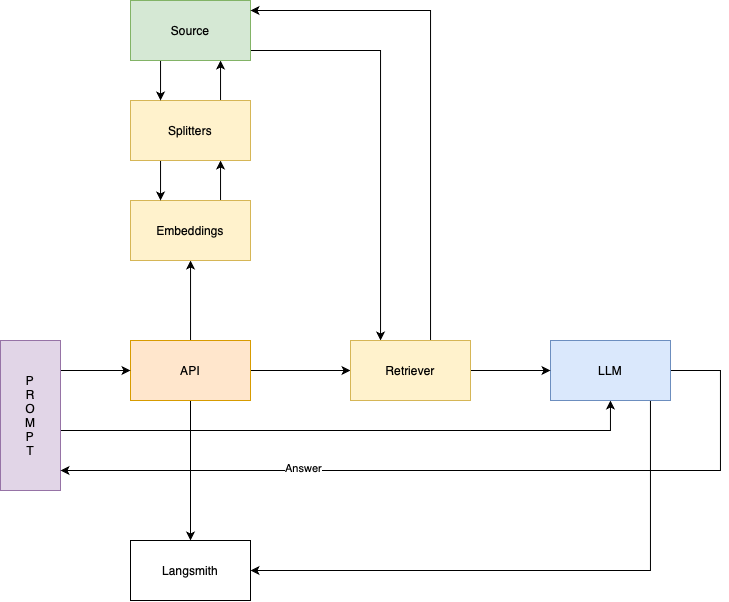
marianojgnlz/promtior-challenge keeps this draw.io diagram as docs/promtior.drawio.png. Above is the earlier version. Source tidied: cells renumbered, new cells last; positions are measured from the earlier drawing's top-left corner, leaving out a move shared by most shapes. Its diagram source:
```xml
<mxGraphModel>
  <root>
    <mxCell id="0" />
    <mxCell id="1" parent="0" />
    <mxCell id="2" style="edgeStyle=orthogonalEdgeStyle;rounded=0;jettySize=auto;html=1;" parent="1" edge="1" source="5" target="7">
      <mxGeometry relative="1" as="geometry">
        <Array as="points">
          <mxPoint x="190" y="300" />
          <mxPoint x="190" y="300" />
        </Array>
      </mxGeometry>
    </mxCell>
    <mxCell id="3" style="edgeStyle=orthogonalEdgeStyle;rounded=0;jettySize=auto;html=1;" parent="1" edge="1" source="5" target="23">
      <mxGeometry relative="1" as="geometry" />
    </mxCell>
    <mxCell id="4" style="edgeStyle=orthogonalEdgeStyle;rounded=0;jettySize=auto;html=1;" parent="1" edge="1" source="5" target="24">
      <mxGeometry relative="1" as="geometry" />
    </mxCell>
    <mxCell id="5" value="API" style="rounded=0;whiteSpace=wrap;html=1;fillColor=#ffe6cc;strokeColor=#d79b00;" parent="1" vertex="1">
      <mxGeometry x="130" y="340" width="120" height="60" as="geometry" />
    </mxCell>
    <mxCell id="6" style="edgeStyle=orthogonalEdgeStyle;rounded=0;jettySize=auto;html=1;" parent="1" edge="1" source="7" target="10">
      <mxGeometry relative="1" as="geometry">
        <Array as="points">
          <mxPoint x="220" y="180" />
          <mxPoint x="220" y="180" />
        </Array>
      </mxGeometry>
    </mxCell>
    <mxCell id="7" value="Embeddings" style="rounded=0;whiteSpace=wrap;html=1;fillColor=#fff2cc;strokeColor=#d6b656;" parent="1" vertex="1">
      <mxGeometry x="130" y="200" width="120" height="60" as="geometry" />
    </mxCell>
    <mxCell id="8" style="edgeStyle=orthogonalEdgeStyle;rounded=0;jettySize=auto;html=1;" parent="1" edge="1" source="10" target="13">
      <mxGeometry relative="1" as="geometry">
        <Array as="points">
          <mxPoint x="220" y="80" />
          <mxPoint x="220" y="80" />
        </Array>
      </mxGeometry>
    </mxCell>
    <mxCell id="9" style="edgeStyle=orthogonalEdgeStyle;rounded=0;jettySize=auto;html=1;" parent="1" edge="1" source="10" target="7">
      <mxGeometry relative="1" as="geometry">
        <Array as="points">
          <mxPoint x="160" y="180" />
          <mxPoint x="160" y="180" />
        </Array>
      </mxGeometry>
    </mxCell>
    <mxCell id="10" value="Splitters" style="rounded=0;whiteSpace=wrap;html=1;fillColor=#fff2cc;strokeColor=#d6b656;" parent="1" vertex="1">
      <mxGeometry x="130" y="100" width="120" height="60" as="geometry" />
    </mxCell>
    <mxCell id="11" style="edgeStyle=orthogonalEdgeStyle;rounded=0;jettySize=auto;html=1;" parent="1" edge="1" source="13" target="23">
      <mxGeometry relative="1" as="geometry">
        <Array as="points">
          <mxPoint x="380" y="50" />
        </Array>
      </mxGeometry>
    </mxCell>
    <mxCell id="12" style="edgeStyle=orthogonalEdgeStyle;rounded=0;jettySize=auto;html=1;" parent="1" edge="1" source="13" target="10">
      <mxGeometry relative="1" as="geometry">
        <Array as="points">
          <mxPoint x="160" y="80" />
          <mxPoint x="160" y="80" />
        </Array>
      </mxGeometry>
    </mxCell>
    <mxCell id="13" value="Source" style="rounded=0;whiteSpace=wrap;html=1;fillColor=#d5e8d4;strokeColor=#82b366;" parent="1" vertex="1">
      <mxGeometry x="130" width="120" height="60" as="geometry" />
    </mxCell>
    <mxCell id="14" style="edgeStyle=orthogonalEdgeStyle;rounded=0;jettySize=auto;html=1;" parent="1" edge="1" source="16" target="5">
      <mxGeometry relative="1" as="geometry">
        <Array as="points">
          <mxPoint x="80" y="370" />
          <mxPoint x="80" y="370" />
        </Array>
      </mxGeometry>
    </mxCell>
    <mxCell id="15" style="edgeStyle=orthogonalEdgeStyle;rounded=0;jettySize=auto;html=1;" parent="1" edge="1" source="16" target="20">
      <mxGeometry relative="1" as="geometry">
        <Array as="points">
          <mxPoint x="610" y="430" />
        </Array>
      </mxGeometry>
    </mxCell>
    <mxCell id="16" value="P&lt;div&gt;R&lt;/div&gt;&lt;div&gt;O&lt;/div&gt;&lt;div&gt;M&lt;/div&gt;&lt;div&gt;P&lt;/div&gt;&lt;div&gt;T&lt;/div&gt;" style="rounded=0;whiteSpace=wrap;html=1;fillColor=#e1d5e7;strokeColor=#9673a6;" parent="1" vertex="1">
      <mxGeometry y="340" width="60" height="150" as="geometry" />
    </mxCell>
    <mxCell id="17" style="edgeStyle=orthogonalEdgeStyle;rounded=0;jettySize=auto;html=1;" parent="1" edge="1" source="20" target="16">
      <mxGeometry relative="1" as="geometry">
        <Array as="points">
          <mxPoint x="720" y="370" />
          <mxPoint x="720" y="470" />
        </Array>
      </mxGeometry>
    </mxCell>
    <mxCell id="18" value="Answer" style="edgeLabel;html=1;align=center;verticalAlign=middle;points=[];" parent="17" vertex="1">
      <mxGeometry x="0.4" y="-2" relative="1" as="geometry" />
    </mxCell>
    <mxCell id="19" style="edgeStyle=orthogonalEdgeStyle;rounded=0;jettySize=auto;html=1;entryX=1;entryY=0.5;entryDx=0;entryDy=0;" parent="1" edge="1" source="20" target="24">
      <mxGeometry relative="1" as="geometry">
        <Array as="points">
          <mxPoint x="650" y="570" />
        </Array>
      </mxGeometry>
    </mxCell>
    <mxCell id="20" value="LLM" style="rounded=0;whiteSpace=wrap;html=1;fillColor=#dae8fc;strokeColor=#6c8ebf;" parent="1" vertex="1">
      <mxGeometry x="550" y="340" width="120" height="60" as="geometry" />
    </mxCell>
    <mxCell id="21" style="edgeStyle=orthogonalEdgeStyle;rounded=0;jettySize=auto;html=1;" parent="1" edge="1" source="23" target="13">
      <mxGeometry relative="1" as="geometry">
        <Array as="points">
          <mxPoint x="430" y="10" />
        </Array>
      </mxGeometry>
    </mxCell>
    <mxCell id="22" style="edgeStyle=orthogonalEdgeStyle;rounded=0;jettySize=auto;html=1;" parent="1" edge="1" source="23" target="20">
      <mxGeometry relative="1" as="geometry" />
    </mxCell>
    <mxCell id="23" value="Retriever" style="rounded=0;whiteSpace=wrap;html=1;fillColor=#fff2cc;strokeColor=#d6b656;" parent="1" vertex="1">
      <mxGeometry x="350" y="340" width="120" height="60" as="geometry" />
    </mxCell>
    <mxCell id="24" value="Langsmith" style="rounded=0;whiteSpace=wrap;html=1;" parent="1" vertex="1">
      <mxGeometry x="130" y="540" width="120" height="60" as="geometry" />
    </mxCell>
  </root>
</mxGraphModel>
```
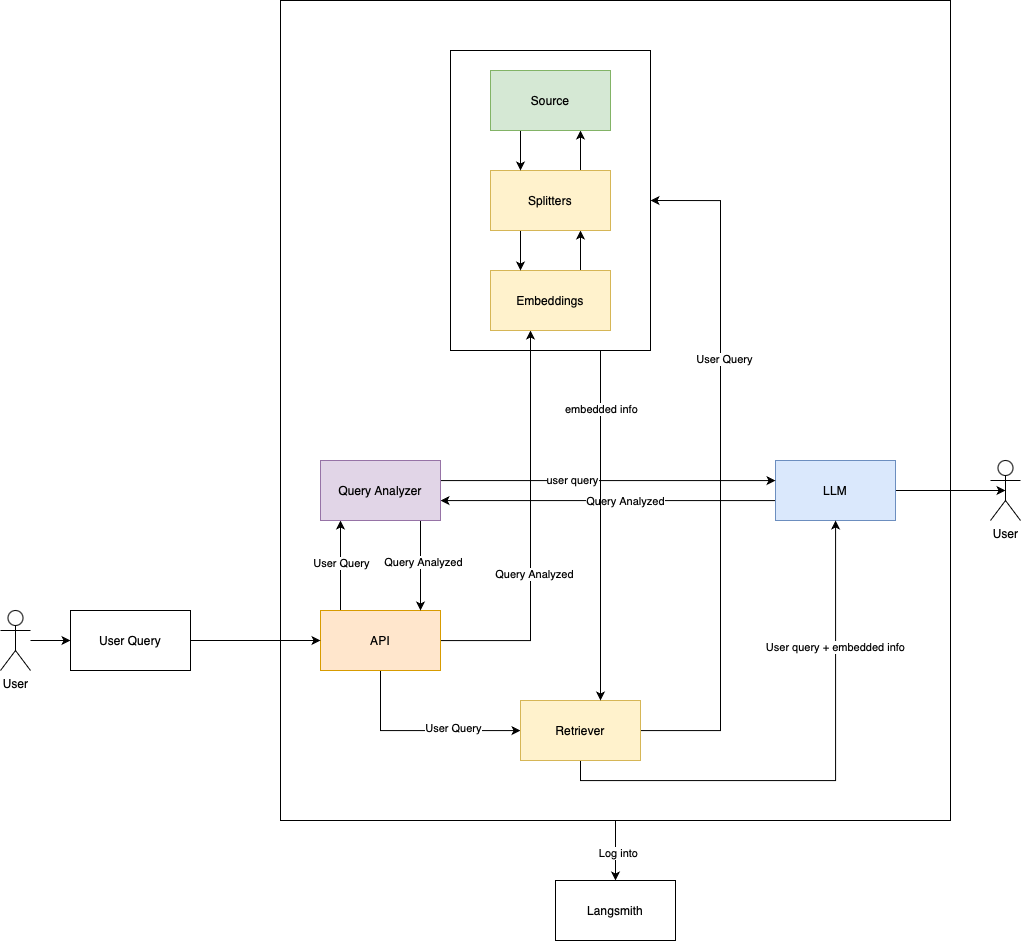
The same file after the commit.

Change to the diagram source:
```diff
@@ -2,125 +2,191 @@
   <root>
     <mxCell id="0" />
     <mxCell id="1" parent="0" />
-    <mxCell id="2" style="edgeStyle=orthogonalEdgeStyle;rounded=0;jettySize=auto;html=1;" parent="1" edge="1" source="5" target="7">
+    <mxCell id="2" style="edgeStyle=orthogonalEdgeStyle;rounded=0;jettySize=auto;html=1;" parent="1" edge="1" source="8" target="27">
       <mxGeometry relative="1" as="geometry">
         <Array as="points">
-          <mxPoint x="190" y="300" />
-          <mxPoint x="190" y="300" />
+          <mxPoint x="820" y="290" />
+          <mxPoint x="820" y="290" />
         </Array>
       </mxGeometry>
     </mxCell>
-    <mxCell id="3" style="edgeStyle=orthogonalEdgeStyle;rounded=0;jettySize=auto;html=1;" parent="1" edge="1" source="5" target="23">
-      <mxGeometry relative="1" as="geometry" />
+    <mxCell id="3" value="User Query" style="edgeLabel;html=1;align=center;verticalAlign=middle;" parent="2" vertex="1">
+      <mxGeometry x="0.07" relative="1" as="geometry" />
     </mxCell>
-    <mxCell id="4" style="edgeStyle=orthogonalEdgeStyle;rounded=0;jettySize=auto;html=1;" parent="1" edge="1" source="5" target="24">
-      <mxGeometry relative="1" as="geometry" />
+    <mxCell id="4" style="edgeStyle=orthogonalEdgeStyle;rounded=0;jettySize=auto;html=1;" parent="1" edge="1" source="8" target="30">
+      <mxGeometry relative="1" as="geometry">
+        <Array as="points">
+          <mxPoint x="1010" y="370" />
+        </Array>
+      </mxGeometry>
     </mxCell>
-    <mxCell id="5" value="API" style="rounded=0;whiteSpace=wrap;html=1;fillColor=#ffe6cc;strokeColor=#d79b00;" parent="1" vertex="1">
-      <mxGeometry x="130" y="340" width="120" height="60" as="geometry" />
+    <mxCell id="5" value="Query Analyzed" style="edgeLabel;html=1;align=center;verticalAlign=middle;points=[];" parent="4" vertex="1">
+      <mxGeometry x="-0.21" y="-3" relative="1" as="geometry" />
     </mxCell>
-    <mxCell id="6" style="edgeStyle=orthogonalEdgeStyle;rounded=0;jettySize=auto;html=1;" parent="1" edge="1" source="7" target="10">
+    <mxCell id="6" style="edgeStyle=orthogonalEdgeStyle;rounded=0;jettySize=auto;html=1;" parent="1" edge="1" source="8" target="17">
       <mxGeometry relative="1" as="geometry">
         <Array as="points">
-          <mxPoint x="220" y="180" />
-          <mxPoint x="220" y="180" />
+          <mxPoint x="860" y="460" />
         </Array>
       </mxGeometry>
     </mxCell>
-    <mxCell id="7" value="Embeddings" style="rounded=0;whiteSpace=wrap;html=1;fillColor=#fff2cc;strokeColor=#d6b656;" parent="1" vertex="1">
-      <mxGeometry x="130" y="200" width="120" height="60" as="geometry" />
+    <mxCell id="7" value="User Query" style="edgeLabel;html=1;align=center;verticalAlign=middle;points=[];" parent="6" vertex="1">
+      <mxGeometry x="0.32" y="3" relative="1" as="geometry" />
     </mxCell>
-    <mxCell id="8" style="edgeStyle=orthogonalEdgeStyle;rounded=0;jettySize=auto;html=1;" parent="1" edge="1" source="10" target="13">
-      <mxGeometry relative="1" as="geometry">
-        <Array as="points">
-          <mxPoint x="220" y="80" />
-          <mxPoint x="220" y="80" />
-        </Array>
-      </mxGeometry>
+    <mxCell id="8" value="API" style="rounded=0;whiteSpace=wrap;html=1;fillColor=#ffe6cc;strokeColor=#d79b00;" parent="1" vertex="1">
+      <mxGeometry x="800" y="340" width="120" height="60" as="geometry" />
     </mxCell>
-    <mxCell id="9" style="edgeStyle=orthogonalEdgeStyle;rounded=0;jettySize=auto;html=1;" parent="1" edge="1" source="10" target="7">
+    <mxCell id="9" style="edgeStyle=orthogonalEdgeStyle;rounded=0;jettySize=auto;html=1;" parent="1" edge="1" source="12" target="27">
       <mxGeometry relative="1" as="geometry">
         <Array as="points">
-          <mxPoint x="160" y="180" />
-          <mxPoint x="160" y="180" />
+          <mxPoint x="1130" y="230" />
+          <mxPoint x="1130" y="230" />
         </Array>
       </mxGeometry>
     </mxCell>
-    <mxCell id="10" value="Splitters" style="rounded=0;whiteSpace=wrap;html=1;fillColor=#fff2cc;strokeColor=#d6b656;" parent="1" vertex="1">
-      <mxGeometry x="130" y="100" width="120" height="60" as="geometry" />
+    <mxCell id="10" value="Query Analyzed" style="edgeLabel;html=1;align=center;verticalAlign=middle;points=[];" parent="9" vertex="1">
+      <mxGeometry x="-0.1" relative="1" as="geometry" />
     </mxCell>
-    <mxCell id="11" style="edgeStyle=orthogonalEdgeStyle;rounded=0;jettySize=auto;html=1;" parent="1" edge="1" source="13" target="23">
-      <mxGeometry relative="1" as="geometry">
-        <Array as="points">
-          <mxPoint x="380" y="50" />
-        </Array>
-      </mxGeometry>
+    <mxCell id="11" style="edgeStyle=orthogonalEdgeStyle;rounded=0;jettySize=auto;html=1;entryX=0.5;entryY=0.5;entryDx=0;entryDy=0;entryPerimeter=0;" parent="1" edge="1" source="12" target="39">
+      <mxGeometry relative="1" as="geometry" />
     </mxCell>
-    <mxCell id="12" style="edgeStyle=orthogonalEdgeStyle;rounded=0;jettySize=auto;html=1;" parent="1" edge="1" source="13" target="10">
-      <mxGeometry relative="1" as="geometry">
-        <Array as="points">
-          <mxPoint x="160" y="80" />
-          <mxPoint x="160" y="80" />
-        </Array>
-      </mxGeometry>
+    <mxCell id="12" value="LLM" style="rounded=0;whiteSpace=wrap;html=1;fillColor=#dae8fc;strokeColor=#6c8ebf;" parent="1" vertex="1">
+      <mxGeometry x="1255" y="190" width="120" height="60" as="geometry" />
     </mxCell>
-    <mxCell id="13" value="Source" style="rounded=0;whiteSpace=wrap;html=1;fillColor=#d5e8d4;strokeColor=#82b366;" parent="1" vertex="1">
-      <mxGeometry x="130" width="120" height="60" as="geometry" />
+    <mxCell id="13" style="edgeStyle=orthogonalEdgeStyle;rounded=0;jettySize=auto;html=1;entryX=1;entryY=0.5;entryDx=0;entryDy=0;" parent="1" edge="1" source="17" target="38">
+      <mxGeometry relative="1" as="geometry">
+        <Array as="points">
+          <mxPoint x="1200" y="460" />
+          <mxPoint x="1200" y="-70" />
+        </Array>
+      </mxGeometry>
     </mxCell>
-    <mxCell id="14" style="edgeStyle=orthogonalEdgeStyle;rounded=0;jettySize=auto;html=1;" parent="1" edge="1" source="16" target="5">
-      <mxGeometry relative="1" as="geometry">
-        <Array as="points">
-          <mxPoint x="80" y="370" />
-          <mxPoint x="80" y="370" />
-        </Array>
-      </mxGeometry>
+    <mxCell id="14" value="User Query" style="edgeLabel;html=1;align=center;verticalAlign=middle;" parent="13" vertex="1">
+      <mxGeometry x="0.33" y="-3" relative="1" as="geometry" />
     </mxCell>
-    <mxCell id="15" style="edgeStyle=orthogonalEdgeStyle;rounded=0;jettySize=auto;html=1;" parent="1" edge="1" source="16" target="20">
+    <mxCell id="15" style="edgeStyle=orthogonalEdgeStyle;rounded=0;jettySize=auto;html=1;" parent="1" edge="1" source="17" target="12">
       <mxGeometry relative="1" as="geometry">
         <Array as="points">
-          <mxPoint x="610" y="430" />
+          <mxPoint x="1060" y="510" />
+          <mxPoint x="1315" y="510" />
         </Array>
       </mxGeometry>
     </mxCell>
-    <mxCell id="16" value="P&lt;div&gt;R&lt;/div&gt;&lt;div&gt;O&lt;/div&gt;&lt;div&gt;M&lt;/div&gt;&lt;div&gt;P&lt;/div&gt;&lt;div&gt;T&lt;/div&gt;" style="rounded=0;whiteSpace=wrap;html=1;fillColor=#e1d5e7;strokeColor=#9673a6;" parent="1" vertex="1">
-      <mxGeometry y="340" width="60" height="150" as="geometry" />
+    <mxCell id="16" value="User query + embedded info" style="edgeLabel;html=1;align=center;verticalAlign=middle;points=[];" parent="15" vertex="1">
+      <mxGeometry x="0.53" y="1" relative="1" as="geometry" />
     </mxCell>
-    <mxCell id="17" style="edgeStyle=orthogonalEdgeStyle;rounded=0;jettySize=auto;html=1;" parent="1" edge="1" source="20" target="16">
-      <mxGeometry relative="1" as="geometry">
-        <Array as="points">
-          <mxPoint x="720" y="370" />
-          <mxPoint x="720" y="470" />
-        </Array>
-      </mxGeometry>
+    <mxCell id="17" value="Retriever" style="rounded=0;whiteSpace=wrap;html=1;fillColor=#fff2cc;strokeColor=#d6b656;" parent="1" vertex="1">
+      <mxGeometry x="1000" y="430" width="120" height="60" as="geometry" />
     </mxCell>
-    <mxCell id="18" value="Answer" style="edgeLabel;html=1;align=center;verticalAlign=middle;points=[];" parent="17" vertex="1">
-      <mxGeometry x="0.4" y="-2" relative="1" as="geometry" />
+    <mxCell id="18" value="Langsmith" style="rounded=0;whiteSpace=wrap;html=1;" parent="1" vertex="1">
+      <mxGeometry x="1035" y="610" width="120" height="60" as="geometry" />
     </mxCell>
-    <mxCell id="19" style="edgeStyle=orthogonalEdgeStyle;rounded=0;jettySize=auto;html=1;entryX=1;entryY=0.5;entryDx=0;entryDy=0;" parent="1" edge="1" source="20" target="24">
-      <mxGeometry relative="1" as="geometry">
-        <Array as="points">
-          <mxPoint x="650" y="570" />
-        </Array>
-      </mxGeometry>
+    <mxCell id="19" style="edgeStyle=orthogonalEdgeStyle;rounded=0;jettySize=auto;html=1;" parent="1" edge="1" source="20" target="8">
+      <mxGeometry relative="1" as="geometry" />
     </mxCell>
-    <mxCell id="20" value="LLM" style="rounded=0;whiteSpace=wrap;html=1;fillColor=#dae8fc;strokeColor=#6c8ebf;" parent="1" vertex="1">
+    <mxCell id="20" value="User Query" style="rounded=0;whiteSpace=wrap;html=1;" parent="1" vertex="1">
       <mxGeometry x="550" y="340" width="120" height="60" as="geometry" />
     </mxCell>
-    <mxCell id="21" style="edgeStyle=orthogonalEdgeStyle;rounded=0;jettySize=auto;html=1;" parent="1" edge="1" source="23" target="13">
-      <mxGeometry relative="1" as="geometry">
-        <Array as="points">
-          <mxPoint x="430" y="10" />
-        </Array>
-      </mxGeometry>
+    <mxCell id="21" style="edgeStyle=orthogonalEdgeStyle;rounded=0;jettySize=auto;html=1;" parent="1" edge="1" source="22" target="20">
+      <mxGeometry relative="1" as="geometry" />
     </mxCell>
-    <mxCell id="22" style="edgeStyle=orthogonalEdgeStyle;rounded=0;jettySize=auto;html=1;" parent="1" edge="1" source="23" target="20">
-      <mxGeometry relative="1" as="geometry" />
+    <mxCell id="22" value="User" style="shape=umlActor;verticalLabelPosition=bottom;verticalAlign=top;html=1;outlineConnect=0;" parent="1" vertex="1">
+      <mxGeometry x="480" y="340" width="30" height="60" as="geometry" />
     </mxCell>
-    <mxCell id="23" value="Retriever" style="rounded=0;whiteSpace=wrap;html=1;fillColor=#fff2cc;strokeColor=#d6b656;" parent="1" vertex="1">
-      <mxGeometry x="350" y="340" width="120" height="60" as="geometry" />
+    <mxCell id="23" style="edgeStyle=orthogonalEdgeStyle;rounded=0;jettySize=auto;html=1;" parent="1" edge="1" source="27" target="8">
+      <mxGeometry relative="1" as="geometry">
+        <Array as="points">
+          <mxPoint x="900" y="290" />
+          <mxPoint x="900" y="290" />
+        </Array>
+      </mxGeometry>
     </mxCell>
-    <mxCell id="24" value="Langsmith" style="rounded=0;whiteSpace=wrap;html=1;" parent="1" vertex="1">
-      <mxGeometry x="130" y="540" width="120" height="60" as="geometry" />
+    <mxCell id="24" value="Query Analyzed" style="edgeLabel;html=1;align=center;verticalAlign=middle;points=[];" parent="23" vertex="1">
+      <mxGeometry x="-0.07" y="2" relative="1" as="geometry" />
     </mxCell>
+    <mxCell id="25" style="edgeStyle=orthogonalEdgeStyle;rounded=0;jettySize=auto;html=1;" parent="1" edge="1" source="27" target="12">
+      <mxGeometry relative="1" as="geometry">
+        <Array as="points">
+          <mxPoint x="1130" y="210" />
+          <mxPoint x="1130" y="210" />
+        </Array>
+      </mxGeometry>
+    </mxCell>
+    <mxCell id="26" value="user query" style="edgeLabel;html=1;align=center;verticalAlign=middle;" parent="25" vertex="1">
+      <mxGeometry x="-0.22" y="1" relative="1" as="geometry" />
+    </mxCell>
+    <mxCell id="27" value="Query Analyzer" style="rounded=0;whiteSpace=wrap;html=1;fillColor=#e1d5e7;strokeColor=#9673a6;" parent="1" vertex="1">
+      <mxGeometry x="800" y="190" width="120" height="60" as="geometry" />
+    </mxCell>
+    <mxCell id="28" style="group;" parent="1" vertex="1">
+      <mxGeometry x="970" y="-200" width="120" height="260" as="geometry" />
+    </mxCell>
+    <mxCell id="29" style="edgeStyle=orthogonalEdgeStyle;rounded=0;jettySize=auto;html=1;" parent="28" edge="1" source="30" target="33">
+      <mxGeometry relative="1" as="geometry">
+        <Array as="points">
+          <mxPoint x="90" y="180" />
+          <mxPoint x="90" y="180" />
+        </Array>
+      </mxGeometry>
+    </mxCell>
+    <mxCell id="30" value="Embeddings" style="rounded=0;whiteSpace=wrap;html=1;fillColor=#fff2cc;strokeColor=#d6b656;" parent="28" vertex="1">
+      <mxGeometry y="200" width="120" height="60" as="geometry" />
+    </mxCell>
+    <mxCell id="31" style="edgeStyle=orthogonalEdgeStyle;rounded=0;jettySize=auto;html=1;" parent="28" edge="1" source="33" target="35">
+      <mxGeometry relative="1" as="geometry">
+        <Array as="points">
+          <mxPoint x="90" y="80" />
+          <mxPoint x="90" y="80" />
+        </Array>
+      </mxGeometry>
+    </mxCell>
+    <mxCell id="32" style="edgeStyle=orthogonalEdgeStyle;rounded=0;jettySize=auto;html=1;" parent="28" edge="1" source="33" target="30">
+      <mxGeometry relative="1" as="geometry">
+        <Array as="points">
+          <mxPoint x="30" y="180" />
+          <mxPoint x="30" y="180" />
+        </Array>
+      </mxGeometry>
+    </mxCell>
+    <mxCell id="33" value="Splitters" style="rounded=0;whiteSpace=wrap;html=1;fillColor=#fff2cc;strokeColor=#d6b656;" parent="28" vertex="1">
+      <mxGeometry y="100" width="120" height="60" as="geometry" />
+    </mxCell>
+    <mxCell id="34" style="edgeStyle=orthogonalEdgeStyle;rounded=0;jettySize=auto;html=1;" parent="28" edge="1" source="35" target="33">
+      <mxGeometry relative="1" as="geometry">
+        <Array as="points">
+          <mxPoint x="30" y="80" />
+          <mxPoint x="30" y="80" />
+        </Array>
+      </mxGeometry>
+    </mxCell>
+    <mxCell id="35" value="Source" style="rounded=0;whiteSpace=wrap;html=1;fillColor=#d5e8d4;strokeColor=#82b366;" parent="28" vertex="1">
+      <mxGeometry width="120" height="60" as="geometry" />
+    </mxCell>
+    <mxCell id="36" style="edgeStyle=orthogonalEdgeStyle;rounded=0;jettySize=auto;html=1;" parent="1" edge="1" source="38" target="17">
+      <mxGeometry relative="1" as="geometry">
+        <Array as="points">
+          <mxPoint x="1080" y="340" />
+          <mxPoint x="1080" y="340" />
+        </Array>
+      </mxGeometry>
+    </mxCell>
+    <mxCell id="37" value="embedded&amp;nbsp;info" style="edgeLabel;html=1;align=center;verticalAlign=middle;" parent="36" vertex="1">
+      <mxGeometry x="-0.67" relative="1" as="geometry" />
+    </mxCell>
+    <mxCell id="38" style="rounded=0;whiteSpace=wrap;html=1;fillColor=none;" parent="1" vertex="1">
+      <mxGeometry x="930" y="-220" width="200" height="300" as="geometry" />
+    </mxCell>
+    <mxCell id="39" value="User" style="shape=umlActor;verticalLabelPosition=bottom;verticalAlign=top;html=1;outlineConnect=0;" parent="1" vertex="1">
+      <mxGeometry x="1470" y="190" width="30" height="60" as="geometry" />
+    </mxCell>
+    <mxCell id="40" style="edgeStyle=orthogonalEdgeStyle;rounded=0;jettySize=auto;html=1;" parent="1" edge="1" source="42" target="18">
+      <mxGeometry relative="1" as="geometry" />
+    </mxCell>
+    <mxCell id="41" value="Log into" style="edgeLabel;html=1;align=center;verticalAlign=middle;" parent="40" vertex="1">
+      <mxGeometry x="0.09" y="2" relative="1" as="geometry" />
+    </mxCell>
+    <mxCell id="42" style="rounded=0;whiteSpace=wrap;html=1;fillColor=none;" parent="1" vertex="1">
+      <mxGeometry x="760" y="-270" width="670" height="820" as="geometry" />
+    </mxCell>
   </root>
 </mxGraphModel>
```
